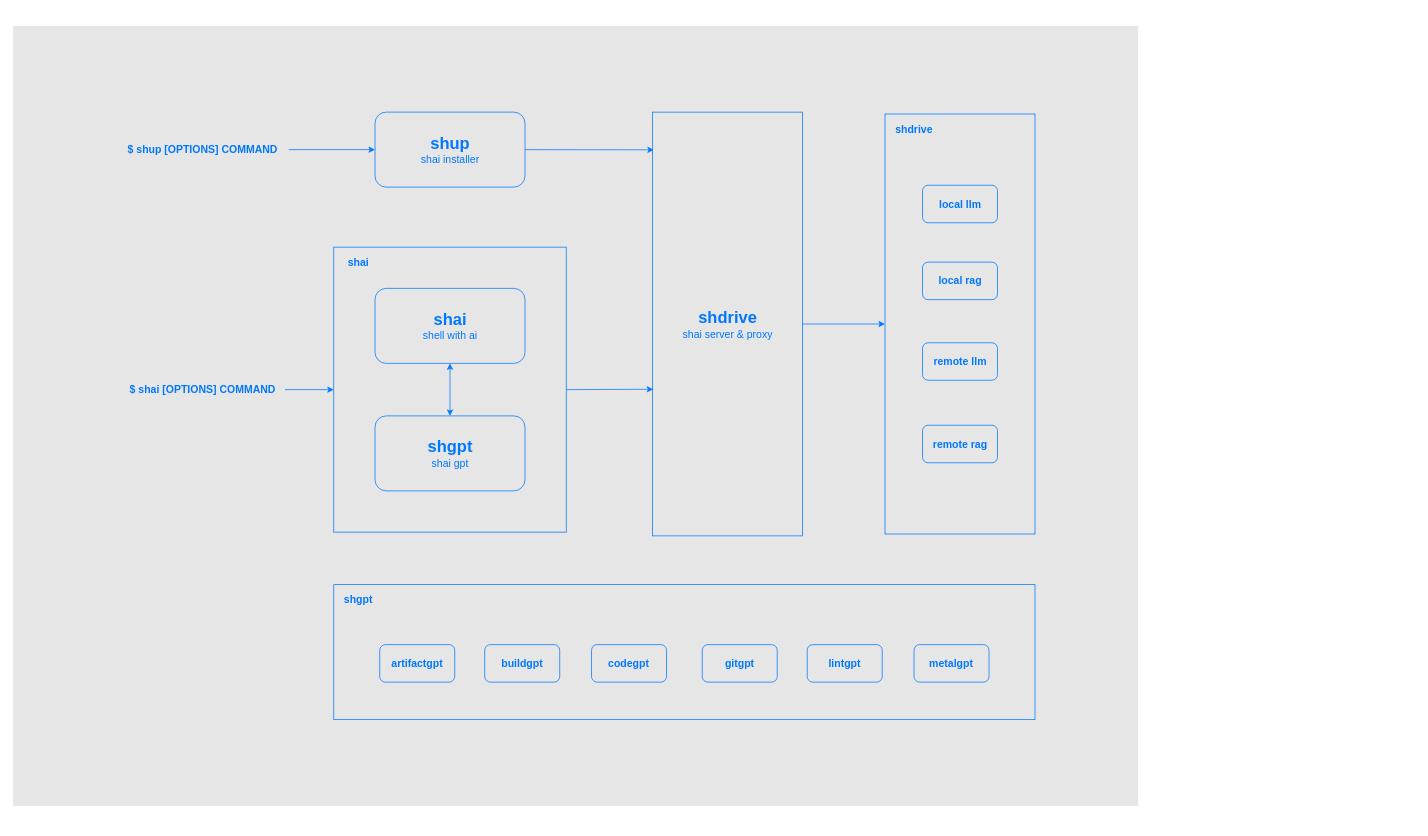
Earlier version of the draw.io diagram profile/arch.drawio (ai-flowx/.github). Source tidied: cells renumbered, new cells numbered last; positions are measured from the earlier drawing's top-left corner, leaving out a move shared by most shapes. Both pictures are drawn from the tidied source at 75%, with x=0, y=0 at pixel (13, 26).
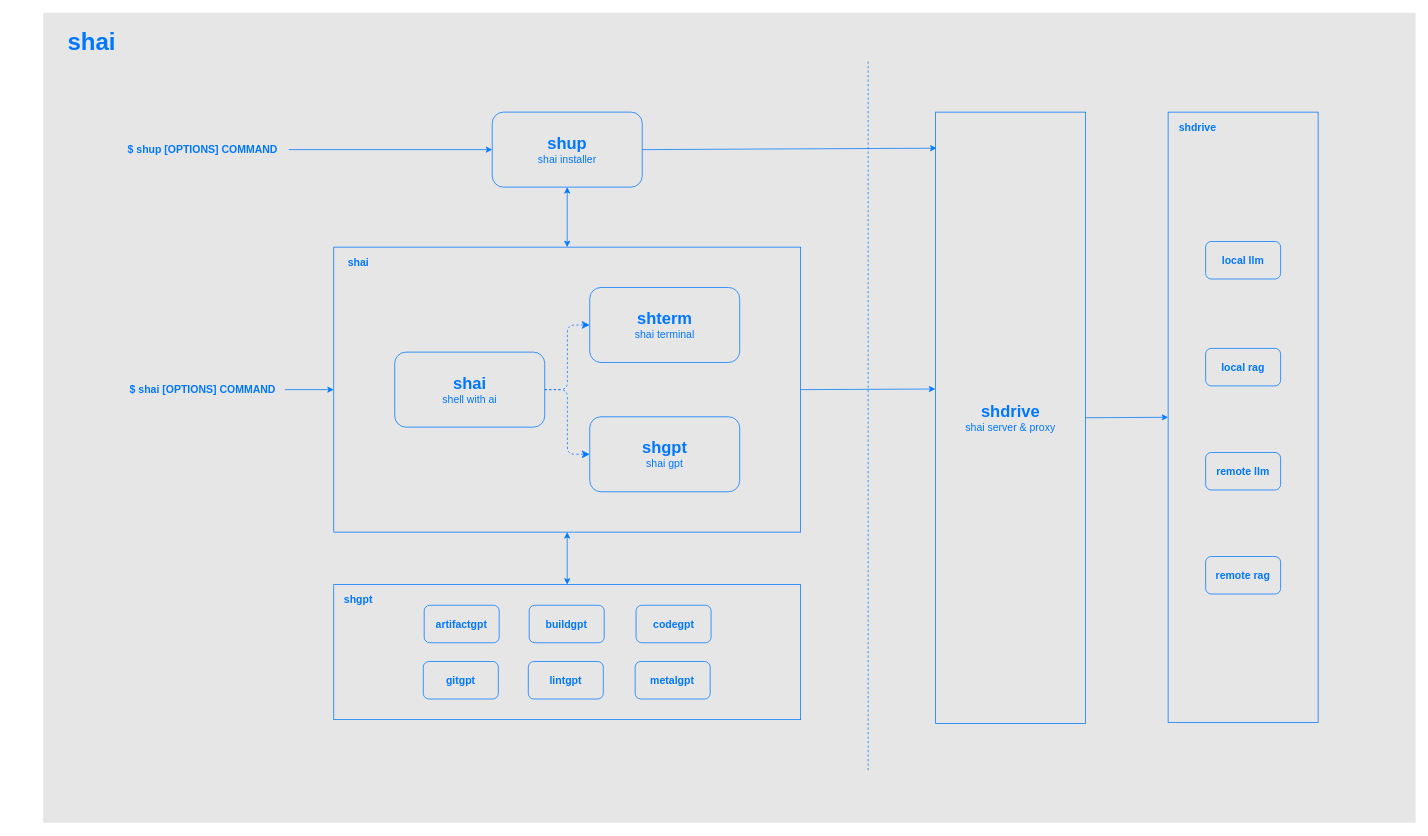
The same page after the edit.

Commit message (it also covers changes not shown here):
docs(profile): update arch files

What changed in the source:
```diff
@@
     <mxCell id="2" style="rounded=0;whiteSpace=wrap;html=1;strokeColor=none;fillColor=#E6E6E6;" parent="1" vertex="1">
-      <mxGeometry width="1500" height="1040" as="geometry" />
+      <mxGeometry x="40" y="-17.5" width="1830" height="1080" as="geometry" />
     </mxCell>
     <mxCell id="3" value="&lt;font color=&quot;#0077ff&quot; style=&quot;&quot;&gt;&lt;br&gt;&lt;/font&gt;" style="rounded=0;whiteSpace=wrap;html=1;strokeColor=#0077FF;fillColor=none;shadow=0;" parent="1" vertex="1">
-      <mxGeometry x="427.5" y="745" width="935" height="180" as="geometry" />
+      <mxGeometry x="427.5" y="745" width="622.5" height="180" as="geometry" />
     </mxCell>
     <mxCell id="4" style="rounded=0;whiteSpace=wrap;html=1;strokeColor=#0077FF;fontSize=14;fontColor=#0077FF;fillColor=none;" parent="1" vertex="1">
-      <mxGeometry x="427.5" y="295" width="310" height="380" as="geometry" />
+      <mxGeometry x="427.5" y="295" width="622.5" height="380" as="geometry" />
     </mxCell>
     <mxCell id="5" value="&lt;font color=&quot;#0077ff&quot; style=&quot;&quot;&gt;&lt;span style=&quot;font-weight: bold; font-size: 22px;&quot;&gt;shai&lt;/span&gt;&lt;br&gt;&lt;font style=&quot;font-size: 14px;&quot;&gt;shell with ai&lt;/font&gt;&lt;br&gt;&lt;/font&gt;" style="rounded=1;whiteSpace=wrap;html=1;strokeColor=#0077FF;fillColor=none;shadow=0;" parent="1" vertex="1">
-      <mxGeometry x="482.5" y="350" width="200" height="100" as="geometry" />
+      <mxGeometry x="508.8" y="435" width="200" height="100" as="geometry" />
     </mxCell>
@@
     <mxCell id="9" value="&lt;font color=&quot;#0077ff&quot; style=&quot;&quot;&gt;&lt;span style=&quot;font-weight: bold; font-size: 22px;&quot;&gt;shup&lt;/span&gt;&lt;br&gt;&lt;font style=&quot;font-size: 14px;&quot;&gt;shai installer&lt;/font&gt;&lt;br&gt;&lt;/font&gt;" style="rounded=1;whiteSpace=wrap;html=1;strokeColor=#0077FF;fillColor=none;shadow=0;" parent="1" vertex="1">
-      <mxGeometry x="482.5" y="115" width="200" height="100" as="geometry" />
+      <mxGeometry x="638.8" y="115" width="200" height="100" as="geometry" />
     </mxCell>
     <mxCell id="10" value="&lt;font color=&quot;#0077ff&quot; style=&quot;&quot;&gt;&lt;span style=&quot;font-weight: bold; font-size: 22px;&quot;&gt;shdrive&lt;/span&gt;&lt;br&gt;&lt;font style=&quot;font-size: 14px;&quot;&gt;shai server &amp;amp; proxy&lt;/font&gt;&lt;br&gt;&lt;/font&gt;" style="rounded=0;whiteSpace=wrap;html=1;strokeColor=#0077FF;fillColor=none;shadow=0;" parent="1" vertex="1">
-      <mxGeometry x="852.5" y="115" width="200" height="565" as="geometry" />
+      <mxGeometry x="1230" y="115" width="200" height="815" as="geometry" />
     </mxCell>
-    <mxCell id="11" value="&lt;font color=&quot;#0077ff&quot; style=&quot;&quot;&gt;&lt;span style=&quot;font-weight: bold; font-size: 22px;&quot;&gt;shgpt&lt;/span&gt;&lt;br&gt;&lt;font style=&quot;font-size: 14px;&quot;&gt;shai gpt&lt;/font&gt;&lt;br&gt;&lt;/font&gt;" style="rounded=1;whiteSpace=wrap;html=1;strokeColor=#0077FF;fillColor=none;shadow=0;" parent="1" vertex="1">
-      <mxGeometry x="482.5" y="520" width="200" height="100" as="geometry" />
+    <mxCell id="11" value="&lt;span style=&quot;border-color: var(--border-color); color: rgb(0, 119, 255); font-weight: bold; font-size: 22px;&quot;&gt;shterm&lt;/span&gt;&lt;br style=&quot;border-color: var(--border-color); color: rgb(0, 119, 255);&quot;&gt;&lt;font style=&quot;border-color: var(--border-color); color: rgb(0, 119, 255); font-size: 14px;&quot;&gt;shai terminal&lt;/font&gt;&lt;font color=&quot;#0077ff&quot; style=&quot;&quot;&gt;&lt;br&gt;&lt;/font&gt;" style="rounded=1;whiteSpace=wrap;html=1;strokeColor=#0077FF;fillColor=none;shadow=0;" parent="1" vertex="1">
+      <mxGeometry x="768.8" y="348.8" width="200" height="100" as="geometry" />
     </mxCell>
@@
-    <mxCell id="13" style="endArrow=classic;html=1;fontSize=14;fontColor=#0077FF;entryX=0.5;entryY=1;entryDx=0;entryDy=0;exitX=0.5;exitY=0;exitDx=0;exitDy=0;strokeColor=#0077FF;startArrow=classic;startFill=1;" parent="1" edge="1" source="11" target="5">
-      <mxGeometry relative="1" as="geometry" />
-    </mxCell>
     <mxCell id="14" value="&lt;font color=&quot;#0077ff&quot; style=&quot;&quot;&gt;&lt;br&gt;&lt;/font&gt;" style="rounded=0;whiteSpace=wrap;html=1;strokeColor=#0077FF;fillColor=none;shadow=0;" parent="1" vertex="1">
-      <mxGeometry x="1162.5" y="117.5" width="200" height="560" as="geometry" />
+      <mxGeometry x="1540" y="115" width="200" height="813.8" as="geometry" />
     </mxCell>
     <mxCell id="15" value="&lt;font color=&quot;#0077ff&quot; style=&quot;&quot;&gt;&lt;b style=&quot;&quot;&gt;&lt;font style=&quot;font-size: 14px;&quot;&gt;local llm&lt;/font&gt;&lt;/b&gt;&lt;br&gt;&lt;/font&gt;" style="rounded=1;whiteSpace=wrap;html=1;strokeColor=#0077FF;fillColor=none;shadow=0;" parent="1" vertex="1">
-      <mxGeometry x="1212.5" y="212.5" width="100" height="50" as="geometry" />
+      <mxGeometry x="1590" y="287.5" width="100" height="50" as="geometry" />
     </mxCell>
     <mxCell id="16" value="&lt;font color=&quot;#0077ff&quot; style=&quot;&quot;&gt;&lt;b style=&quot;&quot;&gt;&lt;font style=&quot;font-size: 14px;&quot;&gt;local rag&lt;/font&gt;&lt;/b&gt;&lt;br&gt;&lt;/font&gt;" style="rounded=1;whiteSpace=wrap;html=1;strokeColor=#0077FF;fillColor=none;shadow=0;" parent="1" vertex="1">
-      <mxGeometry x="1212.5" y="315" width="100" height="50" as="geometry" />
+      <mxGeometry x="1590" y="430" width="100" height="50" as="geometry" />
     </mxCell>
     <mxCell id="17" value="&lt;font color=&quot;#0077ff&quot; style=&quot;&quot;&gt;&lt;b style=&quot;&quot;&gt;&lt;font style=&quot;font-size: 14px;&quot;&gt;remote llm&lt;/font&gt;&lt;/b&gt;&lt;br&gt;&lt;/font&gt;" style="rounded=1;whiteSpace=wrap;html=1;strokeColor=#0077FF;fillColor=none;shadow=0;" parent="1" vertex="1">
-      <mxGeometry x="1212.5" y="422.5" width="100" height="50" as="geometry" />
+      <mxGeometry x="1590" y="568.8" width="100" height="50" as="geometry" />
     </mxCell>
     <mxCell id="18" value="&lt;font color=&quot;#0077ff&quot; style=&quot;&quot;&gt;&lt;b style=&quot;&quot;&gt;&lt;font style=&quot;font-size: 14px;&quot;&gt;remote rag&lt;/font&gt;&lt;/b&gt;&lt;br&gt;&lt;/font&gt;" style="rounded=1;whiteSpace=wrap;html=1;strokeColor=#0077FF;fillColor=none;shadow=0;" parent="1" vertex="1">
-      <mxGeometry x="1212.5" y="532.5" width="100" height="50" as="geometry" />
+      <mxGeometry x="1590" y="707.5" width="100" height="50" as="geometry" />
     </mxCell>
-    <mxCell id="19" style="endArrow=classic;html=1;fontSize=14;fontColor=#0077FF;entryX=0.009;entryY=0.089;entryDx=0;entryDy=0;exitX=1;exitY=0.5;exitDx=0;exitDy=0;strokeColor=#0077FF;entryPerimeter=0;" parent="1" edge="1" source="9" target="10">
+    <mxCell id="19" style="endArrow=classic;html=1;fontSize=14;fontColor=#0077FF;entryX=0.006;entryY=0.059;entryDx=0;entryDy=0;exitX=1;exitY=0.5;exitDx=0;exitDy=0;strokeColor=#0077FF;entryPerimeter=0;" parent="1" edge="1" source="9" target="10">
       <mxGeometry relative="1" as="geometry" />
     </mxCell>
-    <mxCell id="20" style="endArrow=classic;html=1;fontSize=14;fontColor=#0077FF;entryX=0.005;entryY=0.654;entryDx=0;entryDy=0;exitX=1;exitY=0.5;exitDx=0;exitDy=0;strokeColor=#0077FF;entryPerimeter=0;" parent="1" edge="1" source="4" target="10">
+    <mxCell id="20" style="endArrow=classic;html=1;fontSize=14;fontColor=#0077FF;entryX=-0.002;entryY=0.453;entryDx=0;entryDy=0;exitX=1;exitY=0.5;exitDx=0;exitDy=0;strokeColor=#0077FF;entryPerimeter=0;" parent="1" edge="1" source="4" target="10">
       <mxGeometry relative="1" as="geometry" />
     </mxCell>
-    <mxCell id="21" style="endArrow=classic;html=1;fontSize=14;fontColor=#0077FF;entryX=0;entryY=0.5;entryDx=0;entryDy=0;exitX=1;exitY=0.5;exitDx=0;exitDy=0;strokeColor=#0077FF;" parent="1" edge="1" source="10" target="14">
+    <mxCell id="21" style="endArrow=classic;html=1;fontSize=14;fontColor=#0077FF;exitX=1;exitY=0.5;exitDx=0;exitDy=0;strokeColor=#0077FF;entryX=0;entryY=0.5;entryDx=0;entryDy=0;" parent="1" edge="1" source="10" target="14">
       <mxGeometry relative="1" as="geometry" />
     </mxCell>
     <mxCell id="22" value="&lt;font color=&quot;#0077ff&quot; style=&quot;&quot;&gt;&lt;b style=&quot;&quot;&gt;&lt;font style=&quot;font-size: 14px;&quot;&gt;artifactgpt&lt;/font&gt;&lt;/b&gt;&lt;br&gt;&lt;/font&gt;" style="rounded=1;whiteSpace=wrap;html=1;strokeColor=#0077FF;fillColor=none;shadow=0;" parent="1" vertex="1">
-      <mxGeometry x="488.8" y="825" width="100" height="50" as="geometry" />
+      <mxGeometry x="548.1" y="772.5" width="100" height="50" as="geometry" />
     </mxCell>
     <mxCell id="23" value="&lt;font color=&quot;#0077ff&quot; style=&quot;&quot;&gt;&lt;b style=&quot;&quot;&gt;&lt;font style=&quot;font-size: 14px;&quot;&gt;buildgpt&lt;/font&gt;&lt;/b&gt;&lt;br&gt;&lt;/font&gt;" style="rounded=1;whiteSpace=wrap;html=1;strokeColor=#0077FF;fillColor=none;shadow=0;" parent="1" vertex="1">
-      <mxGeometry x="628.8" y="825" width="100" height="50" as="geometry" />
+      <mxGeometry x="688.1" y="772.5" width="100" height="50" as="geometry" />
     </mxCell>
     <mxCell id="24" value="&lt;font color=&quot;#0077ff&quot; style=&quot;&quot;&gt;&lt;b style=&quot;&quot;&gt;&lt;font style=&quot;font-size: 14px;&quot;&gt;codegpt&lt;/font&gt;&lt;/b&gt;&lt;br&gt;&lt;/font&gt;" style="rounded=1;whiteSpace=wrap;html=1;strokeColor=#0077FF;fillColor=none;shadow=0;" parent="1" vertex="1">
-      <mxGeometry x="771.2" y="825" width="100" height="50" as="geometry" />
+      <mxGeometry x="830.6" y="772.5" width="100" height="50" as="geometry" />
     </mxCell>
     <mxCell id="25" value="&lt;font color=&quot;#0077ff&quot; style=&quot;&quot;&gt;&lt;b style=&quot;&quot;&gt;&lt;font style=&quot;font-size: 14px;&quot;&gt;gitgpt&lt;/font&gt;&lt;/b&gt;&lt;br&gt;&lt;/font&gt;" style="rounded=1;whiteSpace=wrap;html=1;strokeColor=#0077FF;fillColor=none;shadow=0;" parent="1" vertex="1">
-      <mxGeometry x="918.8" y="825" width="100" height="50" as="geometry" />
+      <mxGeometry x="546.9" y="847.5" width="100" height="50" as="geometry" />
     </mxCell>
     <mxCell id="26" value="&lt;font color=&quot;#0077ff&quot; style=&quot;&quot;&gt;&lt;b style=&quot;&quot;&gt;&lt;font style=&quot;font-size: 14px;&quot;&gt;lintgpt&lt;/font&gt;&lt;/b&gt;&lt;br&gt;&lt;/font&gt;" style="rounded=1;whiteSpace=wrap;html=1;strokeColor=#0077FF;fillColor=none;shadow=0;" parent="1" vertex="1">
-      <mxGeometry x="1058.8" y="825" width="100" height="50" as="geometry" />
+      <mxGeometry x="686.9" y="847.5" width="100" height="50" as="geometry" />
     </mxCell>
     <mxCell id="27" value="&lt;font color=&quot;#0077ff&quot; style=&quot;&quot;&gt;&lt;b style=&quot;&quot;&gt;&lt;font style=&quot;font-size: 14px;&quot;&gt;metalgpt&lt;/font&gt;&lt;/b&gt;&lt;br&gt;&lt;/font&gt;" style="rounded=1;whiteSpace=wrap;html=1;strokeColor=#0077FF;fillColor=none;shadow=0;" parent="1" vertex="1">
-      <mxGeometry x="1201.2" y="825" width="100" height="50" as="geometry" />
+      <mxGeometry x="829.4" y="847.5" width="100" height="50" as="geometry" />
     </mxCell>
@@
     <mxCell id="30" value="shdrive" style="text;strokeColor=none;fillColor=none;html=1;fontSize=14;fontStyle=1;verticalAlign=middle;align=center;rounded=0;shadow=0;fontColor=#0077FF;" parent="1" vertex="1">
-      <mxGeometry x="1162.5" y="117.5" width="77.5" height="40" as="geometry" />
+      <mxGeometry x="1540" y="115" width="77.5" height="40" as="geometry" />
     </mxCell>
+    <mxCell id="31" style="endArrow=none;html=1;strokeColor=#0077FF;dashed=1;" parent="1" edge="1">
+      <mxGeometry relative="1" as="geometry">
+        <mxPoint x="1140" y="992.5" as="sourcePoint" />
+        <mxPoint x="1140" y="47.5" as="targetPoint" />
+      </mxGeometry>
+    </mxCell>
+    <mxCell id="32" value="&lt;font color=&quot;#0077ff&quot; style=&quot;&quot;&gt;&lt;span style=&quot;font-weight: bold; font-size: 22px;&quot;&gt;shgpt&lt;/span&gt;&lt;br&gt;&lt;font style=&quot;font-size: 14px;&quot;&gt;shai gpt&lt;/font&gt;&lt;br&gt;&lt;/font&gt;" style="rounded=1;whiteSpace=wrap;html=1;strokeColor=#0077FF;fillColor=none;shadow=0;" parent="1" vertex="1">
+      <mxGeometry x="768.8" y="521.2" width="200" height="100" as="geometry" />
+    </mxCell>
+    <mxCell id="33" style="edgeStyle=elbowEdgeStyle;elbow=horizontal;endArrow=classic;html=1;rounded=1;endSize=8;startSize=8;dashed=1;strokeColor=#0077FF;exitX=1;exitY=0.5;exitDx=0;exitDy=0;entryX=0;entryY=0.5;entryDx=0;entryDy=0;" parent="1" edge="1" source="5" target="11">
+      <mxGeometry relative="1" as="geometry" />
+    </mxCell>
+    <mxCell id="34" style="edgeStyle=elbowEdgeStyle;elbow=horizontal;endArrow=classic;html=1;rounded=1;endSize=8;startSize=8;dashed=1;strokeColor=#0077FF;exitX=1;exitY=0.5;exitDx=0;exitDy=0;entryX=0;entryY=0.5;entryDx=0;entryDy=0;" parent="1" edge="1" source="5" target="32">
+      <mxGeometry relative="1" as="geometry" />
+    </mxCell>
+    <mxCell id="35" style="endArrow=classic;startArrow=classic;html=1;rounded=1;strokeColor=#0077FF;entryX=0.5;entryY=0;entryDx=0;entryDy=0;exitX=0.5;exitY=1;exitDx=0;exitDy=0;" parent="1" edge="1" source="9" target="4">
+      <mxGeometry relative="1" as="geometry" />
+    </mxCell>
+    <mxCell id="36" style="endArrow=classic;startArrow=classic;html=1;rounded=1;strokeColor=#0077FF;entryX=0.5;entryY=0;entryDx=0;entryDy=0;exitX=0.5;exitY=1;exitDx=0;exitDy=0;" parent="1" edge="1" source="4" target="3">
+      <mxGeometry relative="1" as="geometry" />
+    </mxCell>
+    <mxCell id="37" value="shai" style="text;html=1;strokeColor=none;fillColor=none;align=center;verticalAlign=middle;whiteSpace=wrap;rounded=0;fontSize=32;fontStyle=1;fontColor=#0077FF;" parent="1" vertex="1">
+      <mxGeometry x="40" y="-17.5" width="130" height="77.5" as="geometry" />
+    </mxCell>
```
